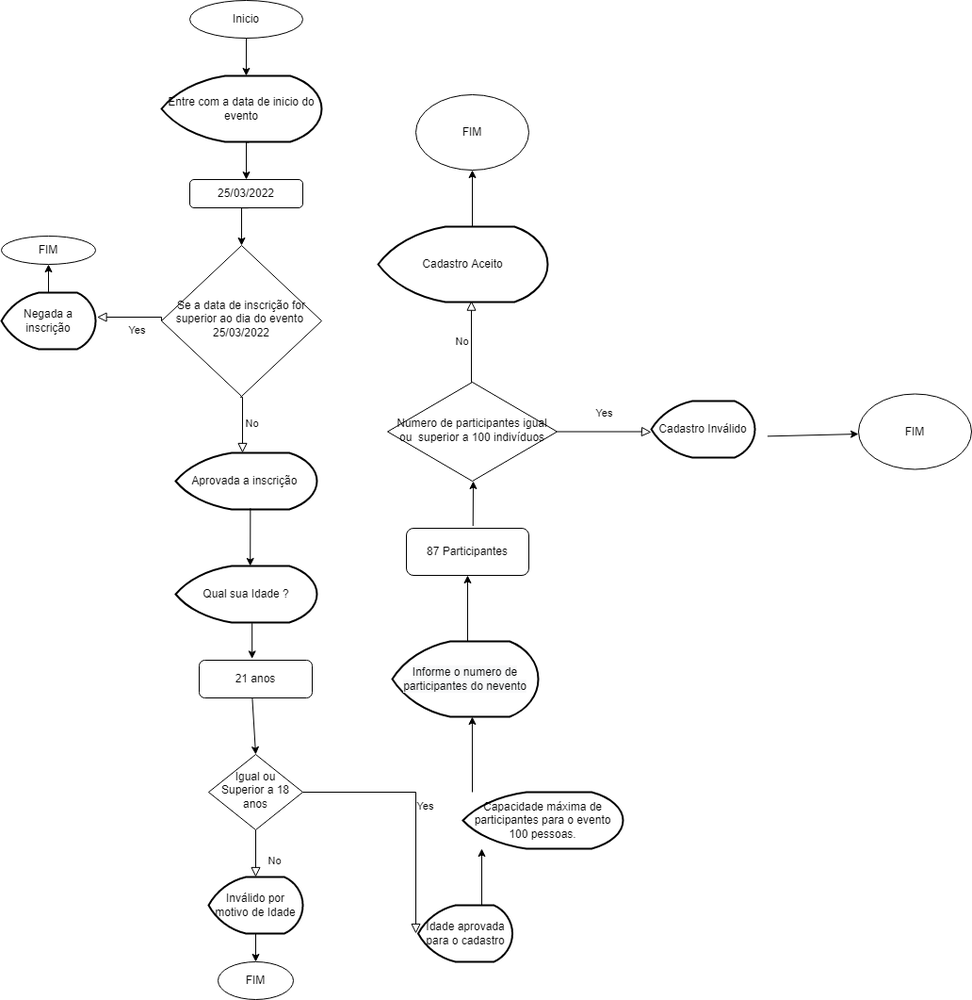
This is Untitled Diagram.drawio.png from EvertonMDS/Fluxograma, a draw.io export, as it was before one commit. Source tidied: cells renumbered, new cells last; positions are measured from the earlier drawing's top-left corner, leaving out a move shared by most shapes.
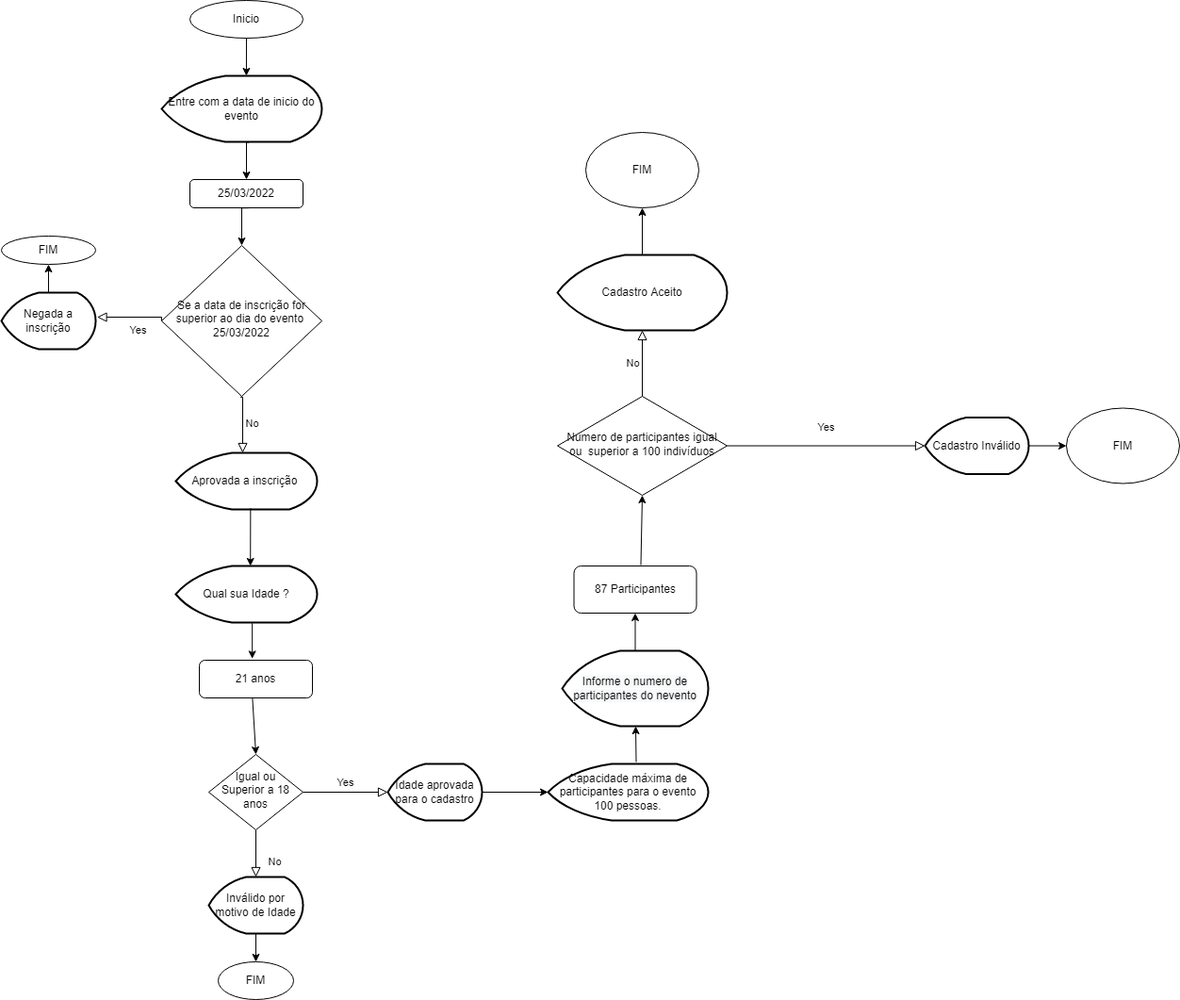
After the change.

Diff of the diagram source:
```diff
@@ -8,10 +8,8 @@
     <mxCell id="3" value="No" style="rounded=0;html=1;jettySize=auto;fontSize=11;endArrow=block;endFill=0;endSize=8;strokeWidth=1;shadow=0;labelBackgroundColor=none;edgeStyle=orthogonalEdgeStyle;entryX=0.5;entryY=0;entryDx=0;entryDy=0;entryPerimeter=0;" parent="1" edge="1" source="5" target="23">
       <mxGeometry x="0.33" y="20" relative="1" as="geometry" />
     </mxCell>
-    <mxCell id="4" value="Yes" style="edgeStyle=orthogonalEdgeStyle;rounded=0;html=1;jettySize=auto;fontSize=11;endArrow=block;endFill=0;endSize=8;strokeWidth=1;shadow=0;labelBackgroundColor=none;" parent="1" edge="1" source="5">
-      <mxGeometry y="10" relative="1" as="geometry">
-        <mxPoint x="440" y="990" as="targetPoint" />
-      </mxGeometry>
+    <mxCell id="4" value="Yes" style="edgeStyle=orthogonalEdgeStyle;rounded=0;html=1;jettySize=auto;fontSize=11;endArrow=block;endFill=0;endSize=8;strokeWidth=1;shadow=0;labelBackgroundColor=none;entryX=0;entryY=0.5;entryDx=0;entryDy=0;entryPerimeter=0;" parent="1" edge="1" source="5" target="25">
+      <mxGeometry y="10" relative="1" as="geometry" />
     </mxCell>
     <mxCell id="5" value="Igual ou Superior a 18 anos" style="rhombus;whiteSpace=wrap;html=1;shadow=0;fontFamily=Helvetica;fontSize=12;align=center;strokeWidth=1;spacing=6;spacingTop=-4;" parent="1" vertex="1">
       <mxGeometry x="220" y="800" width="100" height="80" as="geometry" />
@@ -36,13 +34,8 @@
         </Array>
       </mxGeometry>
     </mxCell>
-    <mxCell id="10" value="No" style="edgeStyle=orthogonalEdgeStyle;rounded=0;html=1;jettySize=auto;fontSize=11;endArrow=block;endFill=0;endSize=8;strokeWidth=1;shadow=0;labelBackgroundColor=none;entryX=0.55;entryY=0.983;entryDx=0;entryDy=0;entryPerimeter=0;" parent="1" edge="1" target="38">
-      <mxGeometry y="10" relative="1" as="geometry">
-        <mxPoint x="500" y="405" as="sourcePoint" />
-        <Array as="points">
-          <mxPoint x="499" y="405" />
-        </Array>
-      </mxGeometry>
+    <mxCell id="10" value="No" style="edgeStyle=orthogonalEdgeStyle;rounded=0;html=1;jettySize=auto;fontSize=11;endArrow=block;endFill=0;endSize=8;strokeWidth=1;shadow=0;labelBackgroundColor=none;exitX=0.5;exitY=0;exitDx=0;exitDy=0;entryX=0.5;entryY=1;entryDx=0;entryDy=0;entryPerimeter=0;" parent="1" edge="1" source="32" target="38">
+      <mxGeometry y="10" relative="1" as="geometry" />
     </mxCell>
     <mxCell id="11" value="Yes" style="rounded=0;html=1;jettySize=auto;fontSize=11;endArrow=block;endFill=0;endSize=8;strokeWidth=1;shadow=0;labelBackgroundColor=none;edgeStyle=orthogonalEdgeStyle;entryX=1.015;entryY=0.441;entryDx=0;entryDy=0;entryPerimeter=0;exitX=0;exitY=0.5;exitDx=0;exitDy=0;" parent="1" edge="1" source="2" target="13">
       <mxGeometry x="-0.19" y="14" relative="1" as="geometry">
@@ -97,73 +90,52 @@
       <mxGeometry relative="1" as="geometry" />
     </mxCell>
     <mxCell id="25" value="Idade aprovada para o cadastro" style="strokeWidth=2;html=1;shape=mxgraph.flowchart.display;whiteSpace=wrap;" parent="1" vertex="1">
-      <mxGeometry x="442.5" y="960" width="100" height="60" as="geometry" />
+      <mxGeometry x="410" y="810" width="100" height="60" as="geometry" />
     </mxCell>
-    <mxCell id="26" style="endArrow=classic;html=1;rounded=0;" parent="1" edge="1">
-      <mxGeometry relative="1" as="geometry">
-        <mxPoint x="510" y="960" as="sourcePoint" />
-        <mxPoint x="510" y="900" as="targetPoint" />
-      </mxGeometry>
+    <mxCell id="26" style="endArrow=classic;html=1;rounded=0;entryX=0;entryY=0.5;entryDx=0;entryDy=0;entryPerimeter=0;exitX=1;exitY=0.5;exitDx=0;exitDy=0;exitPerimeter=0;" parent="1" edge="1" source="25" target="27">
+      <mxGeometry relative="1" as="geometry" />
     </mxCell>
     <mxCell id="27" value="Capacidade máxima de participantes para o evento 100 pessoas." style="strokeWidth=2;html=1;shape=mxgraph.flowchart.display;whiteSpace=wrap;" parent="1" vertex="1">
-      <mxGeometry x="490" y="840" width="170" height="60" as="geometry" />
+      <mxGeometry x="580" y="810" width="170" height="60" as="geometry" />
     </mxCell>
     <mxCell id="28" value="87 Participantes" style="rounded=1;whiteSpace=wrap;html=1;fontSize=12;glass=0;strokeWidth=1;shadow=0;" parent="1" vertex="1">
-      <mxGeometry x="430" y="560" width="130" height="50" as="geometry" />
+      <mxGeometry x="607.5" y="600" width="130" height="50" as="geometry" />
     </mxCell>
     <mxCell id="29" value="&#10;&#10;&lt;span style=&quot;color: rgb(0, 0, 0); font-family: helvetica; font-size: 12px; font-style: normal; font-weight: 400; letter-spacing: normal; text-align: center; text-indent: 0px; text-transform: none; word-spacing: 0px; background-color: rgb(248, 249, 250); display: inline; float: none;&quot;&gt;Informe o numero de participantes do nevento&lt;/span&gt;&#10;&#10;" style="strokeWidth=2;html=1;shape=mxgraph.flowchart.display;whiteSpace=wrap;" parent="1" vertex="1">
-      <mxGeometry x="415" y="680" width="155" height="80" as="geometry" />
+      <mxGeometry x="595" y="690" width="155" height="80" as="geometry" />
     </mxCell>
-    <mxCell id="30" style="endArrow=classic;html=1;rounded=0;entryX=0.548;entryY=1;entryDx=0;entryDy=0;entryPerimeter=0;" parent="1" edge="1" target="29">
-      <mxGeometry relative="1" as="geometry">
-        <mxPoint x="500" y="840" as="sourcePoint" />
-      </mxGeometry>
+    <mxCell id="30" style="endArrow=classic;html=1;rounded=0;exitX=0.55;exitY=-0.033;exitDx=0;exitDy=0;exitPerimeter=0;" parent="1" edge="1" source="27" target="29">
+      <mxGeometry relative="1" as="geometry" />
     </mxCell>
-    <mxCell id="31" style="endArrow=classic;html=1;rounded=0;entryX=0.5;entryY=1;entryDx=0;entryDy=0;" parent="1" edge="1" target="28">
-      <mxGeometry relative="1" as="geometry">
-        <mxPoint x="495" y="680" as="sourcePoint" />
-      </mxGeometry>
+    <mxCell id="31" style="endArrow=classic;html=1;rounded=0;entryX=0.5;entryY=1;entryDx=0;entryDy=0;" parent="1" edge="1" source="29" target="28">
+      <mxGeometry relative="1" as="geometry" />
     </mxCell>
     <mxCell id="32" value="Numero de participantes igual ou&amp;nbsp; superior a 100 indivíduos" style="rhombus;whiteSpace=wrap;html=1;shadow=0;fontFamily=Helvetica;fontSize=12;align=center;strokeWidth=1;spacing=6;spacingTop=-4;" parent="1" vertex="1">
-      <mxGeometry x="410" y="405" width="180" height="105" as="geometry" />
+      <mxGeometry x="590" y="420" width="180" height="105" as="geometry" />
     </mxCell>
-    <mxCell id="33" value="Yes" style="rounded=0;html=1;jettySize=auto;fontSize=11;endArrow=block;endFill=0;endSize=8;strokeWidth=1;shadow=0;labelBackgroundColor=none;edgeStyle=orthogonalEdgeStyle;exitX=1;exitY=0.5;exitDx=0;exitDy=0;" parent="1" edge="1" source="32">
-      <mxGeometry y="20" relative="1" as="geometry">
-        <mxPoint x="690" y="458" as="targetPoint" />
-        <Array as="points">
-          <mxPoint x="680" y="458" />
-          <mxPoint x="780" y="458" />
-        </Array>
-      </mxGeometry>
+    <mxCell id="33" value="Yes" style="rounded=0;html=1;jettySize=auto;fontSize=11;endArrow=block;endFill=0;endSize=8;strokeWidth=1;shadow=0;labelBackgroundColor=none;edgeStyle=orthogonalEdgeStyle;exitX=1;exitY=0.5;exitDx=0;exitDy=0;" parent="1" edge="1" source="32" target="37">
+      <mxGeometry y="20" relative="1" as="geometry" />
     </mxCell>
     <mxCell id="34" value="FIM" style="ellipse;whiteSpace=wrap;html=1;" parent="1" vertex="1">
-      <mxGeometry x="910" y="417.5" width="120" height="80" as="geometry" />
+      <mxGeometry x="1130" y="432.5" width="120" height="80" as="geometry" />
     </mxCell>
-    <mxCell id="35" style="endArrow=classic;html=1;rounded=0;exitX=0.544;exitY=-0.047;exitDx=0;exitDy=0;exitPerimeter=0;" parent="1" edge="1" source="28">
-      <mxGeometry relative="1" as="geometry">
-        <mxPoint x="501" y="510" as="targetPoint" />
-      </mxGeometry>
+    <mxCell id="35" style="endArrow=classic;html=1;rounded=0;exitX=0.546;exitY=-0.02;exitDx=0;exitDy=0;exitPerimeter=0;entryX=0.5;entryY=1;entryDx=0;entryDy=0;" parent="1" edge="1" source="28" target="32">
+      <mxGeometry relative="1" as="geometry" />
     </mxCell>
-    <mxCell id="36" style="endArrow=classic;html=1;rounded=0;exitX=1.028;exitY=0.581;exitDx=0;exitDy=0;exitPerimeter=0;" parent="1" edge="1">
-      <mxGeometry relative="1" as="geometry">
-        <mxPoint x="813.4" y="462.4" as="sourcePoint" />
-        <mxPoint x="910" y="460" as="targetPoint" />
-      </mxGeometry>
+    <mxCell id="36" style="endArrow=classic;html=1;rounded=0;exitX=1;exitY=0.5;exitDx=0;exitDy=0;exitPerimeter=0;" parent="1" edge="1" source="37" target="34">
+      <mxGeometry relative="1" as="geometry" />
     </mxCell>
     <mxCell id="37" value="&lt;span&gt;Cadastro Inválido&lt;/span&gt;" style="strokeWidth=2;html=1;shape=mxgraph.flowchart.display;whiteSpace=wrap;" parent="1" vertex="1">
-      <mxGeometry x="690" y="425" width="110" height="60" as="geometry" />
+      <mxGeometry x="980" y="442.5" width="110" height="60" as="geometry" />
     </mxCell>
     <mxCell id="38" value="Cadastro Aceito" style="strokeWidth=2;html=1;shape=mxgraph.flowchart.display;whiteSpace=wrap;" parent="1" vertex="1">
-      <mxGeometry x="400" y="240" width="180" height="80" as="geometry" />
+      <mxGeometry x="590" y="270" width="180" height="80" as="geometry" />
     </mxCell>
-    <mxCell id="39" style="endArrow=classic;html=1;rounded=0;" parent="1" edge="1">
-      <mxGeometry relative="1" as="geometry">
-        <mxPoint x="500" y="240" as="sourcePoint" />
-        <mxPoint x="500" y="180" as="targetPoint" />
-      </mxGeometry>
+    <mxCell id="39" style="endArrow=classic;html=1;rounded=0;exitX=0.5;exitY=0;exitDx=0;exitDy=0;exitPerimeter=0;entryX=0.5;entryY=1;entryDx=0;entryDy=0;" parent="1" edge="1" source="38" target="40">
+      <mxGeometry relative="1" as="geometry" />
     </mxCell>
     <mxCell id="40" value="FIM" style="ellipse;whiteSpace=wrap;html=1;" parent="1" vertex="1">
-      <mxGeometry x="440" y="100" width="120" height="80" as="geometry" />
+      <mxGeometry x="620" y="140" width="120" height="80" as="geometry" />
     </mxCell>
     <mxCell id="41" style="endArrow=classic;html=1;rounded=0;entryX=0.529;entryY=0;entryDx=0;entryDy=0;entryPerimeter=0;" parent="1" edge="1" source="6" target="8">
       <mxGeometry relative="1" as="geometry" />
```
